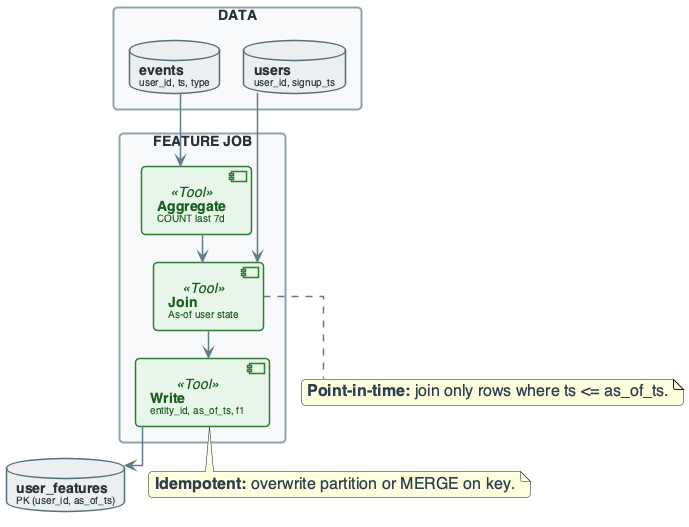
The PlantUML diagram diagrams/week11/week11_practice_slide20_reasoning_feature_flow.png in OrPerets/data-engineering-course, before a commit.
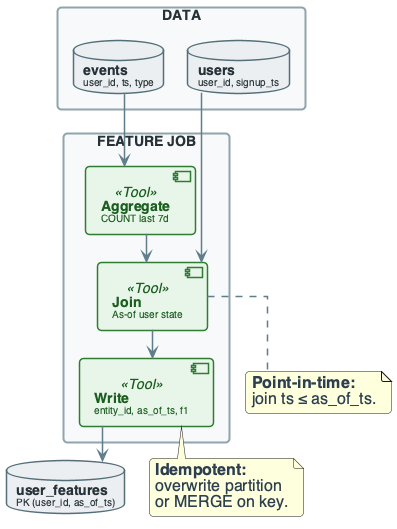
After the change.

Diff of the diagram source:
```diff
@@ -137,7 +137,7 @@
 JOIN --> WRITE
 WRITE --> FT
 
-note bottom of JOIN : **Point-in-time:** join only rows where ts <= as_of_ts.
-note bottom of WRITE : **Idempotent:** overwrite partition or MERGE on key.
+note bottom of JOIN : **Point-in-time:**\njoin ts ≤ as_of_ts.
+note bottom of WRITE : **Idempotent:**\noverwrite partition\nor MERGE on key.
 
 @enduml
```
